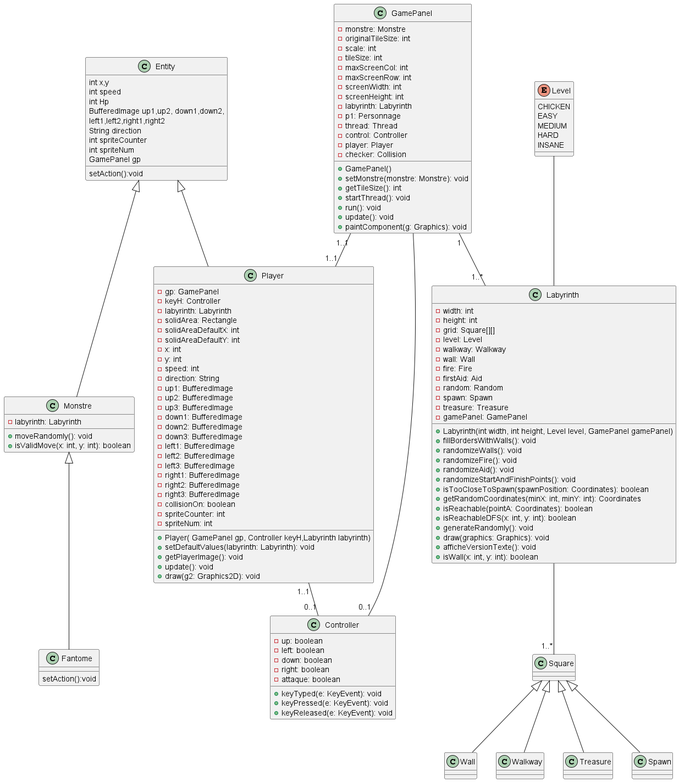
The PlantUML diagram Documents/sprint3/diagramme_classe_sprint_3.png in walidbrini/ACL-2023-UL-MAX, before a commit. The source it was exported from:
```plantuml
@startuml


Entity <|--Monstre
Monstre <|--Fantome
GamePanel "1..1" -- "1..1" Player
Entity <|-- Player
GamePanel "1" -- "1..*" Labyrinth
Level -- Labyrinth
Player "1..1" -- "0..1" Controller
GamePanel -- "0..1" Controller
Labyrinth -- "1..*" Square
Square <|-- Wall
Square <|-- Walkway
Square <|-- Treasure
Square <|-- Spawn

class Entity {
    int x,y
    int speed
    int Hp
    BufferedImage up1,up2, down1,down2,
    left1,left2,right1,right2
    String direction
    int spriteCounter
    int spriteNum
    GamePanel gp
    setAction():void

}

class Player {
        - gp: GamePanel
        - keyH: Controller
        - labyrinth: Labyrinth
        - solidArea: Rectangle
        - solidAreaDefaultX: int
        - solidAreaDefaultY: int
        - x: int
        - y: int
        - speed: int
        - direction: String
        - up1: BufferedImage
        - up2: BufferedImage
        - up3: BufferedImage
        - down1: BufferedImage
        - down2: BufferedImage
        - down3: BufferedImage
        - left1: BufferedImage
        - left2: BufferedImage
        - left3: BufferedImage
        - right1: BufferedImage
        - right2: BufferedImage
        - right3: BufferedImage
        - collisionOn: boolean
        - spriteCounter: int
        - spriteNum: int

        + Player( GamePanel gp, Controller keyH,Labyrinth labyrinth)
        + setDefaultValues(labyrinth: Labyrinth): void
        + getPlayerImage(): void
        + update(): void
        + draw(g2: Graphics2D): void
    }

class GamePanel {
        - monstre: Monstre
        - originalTileSize: int
        - scale: int
        - tileSize: int
        - maxScreenCol: int
        - maxScreenRow: int
        - screenWidth: int
        - screenHeight: int
        - labyrinth: Labyrinth
        - p1: Personnage
        - thread: Thread
        - control: Controller
        - player: Player
        - checker: Collision

        + GamePanel()
        + setMonstre(monstre: Monstre): void
        + getTileSize(): int
        + startThread(): void
        + run(): void
        + update(): void
        + paintComponent(g: Graphics): void
}

class Monstre {
        - labyrinth: Labyrinth

        + moveRandomly(): void
        + isValidMove(x: int, y: int): boolean
    }

class Fantome {
setAction():void
}


    class Labyrinth {
        - width: int
        - height: int
        - grid: Square[][]
        - level: Level
        - walkway: Walkway
        - wall: Wall
        - fire: Fire
        - firstAid: Aid
        - random: Random
        - spawn: Spawn
        - treasure: Treasure
        - gamePanel: GamePanel

        + Labyrinth(int width, int height, Level level, GamePanel gamePanel)
        + fillBordersWithWalls(): void
        + randomizeWalls(): void
        + randomizeFire(): void
        + randomizeAid(): void
        + randomizeStartAndFinishPoints(): void
        + isTooCloseToSpawn(spawnPosition: Coordinates): boolean
        + getRandomCoordinates(minX: int, minY: int): Coordinates
        + isReachable(pointA: Coordinates): boolean
        + isReachableDFS(x: int, y: int): boolean
        + generateRandomly(): void
        + draw(graphics: Graphics): void
        + afficheVersionTexte(): void
        + isWall(x: int, y: int): boolean
    }

    class Controller {
        - up: boolean
        - left: boolean
        - down: boolean
        - right: boolean
        - attaque: boolean

        + keyTyped(e: KeyEvent): void
        + keyPressed(e: KeyEvent): void
        + keyReleased(e: KeyEvent): void
    }


    enum Level {
        CHICKEN
        EASY
        MEDIUM
        HARD
        INSANE
    }

@enduml
```
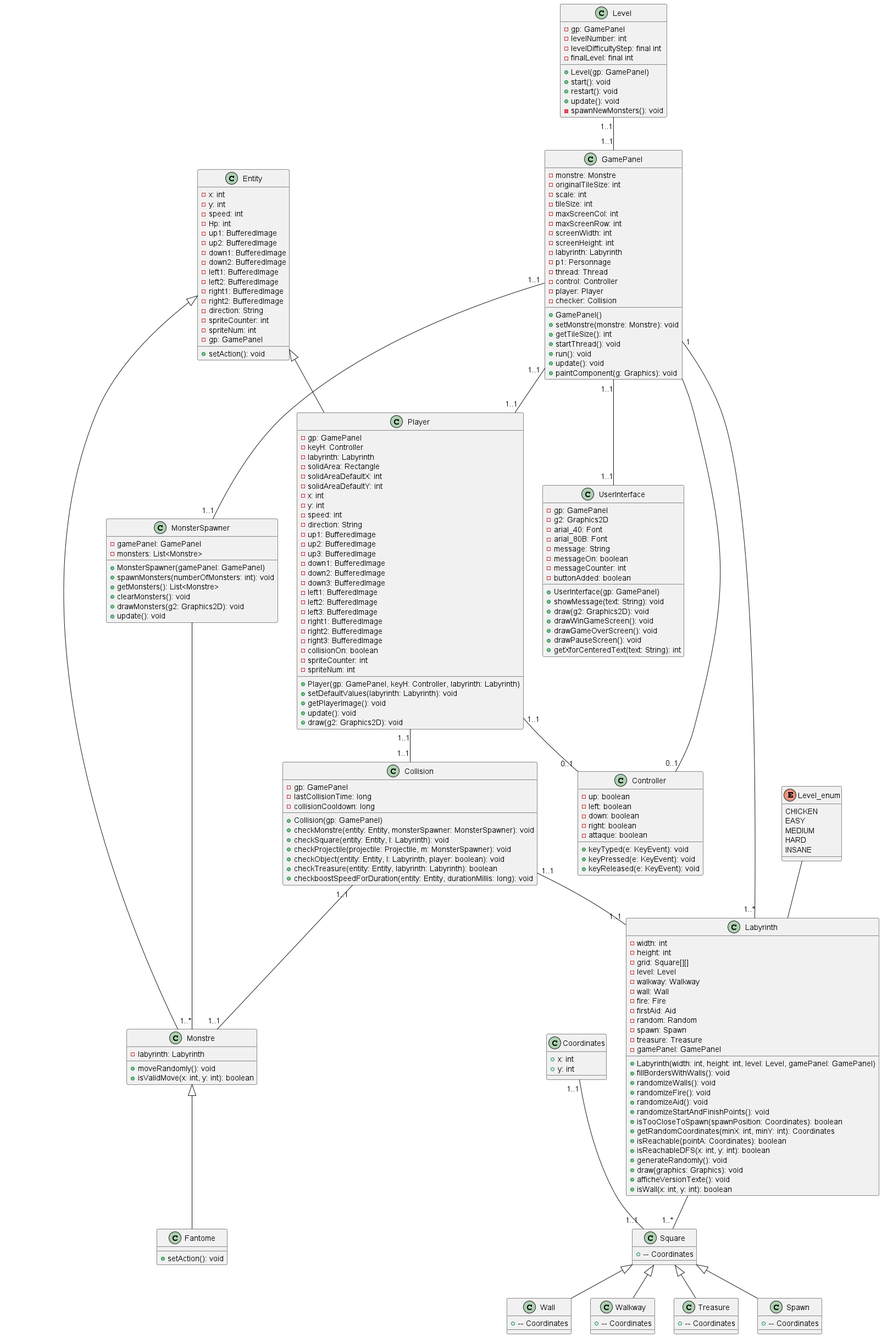
The same diagram one commit later.

The edit, as a diff of the source:
```diff
@@ -1,35 +1,26 @@
 @startuml
 
+    class Entity {
+        - x: int
+        - y: int
+        - speed: int
+        - Hp: int
+        - up1: BufferedImage
+        - up2: BufferedImage
+        - down1: BufferedImage
+        - down2: BufferedImage
+        - left1: BufferedImage
+        - left2: BufferedImage
+        - right1: BufferedImage
+        - right2: BufferedImage
+        - direction: String
+        - spriteCounter: int
+        - spriteNum: int
+        - gp: GamePanel
+        + setAction(): void
+    }
 
-Entity <|--Monstre
-Monstre <|--Fantome
-GamePanel "1..1" -- "1..1" Player
-Entity <|-- Player
-GamePanel "1" -- "1..*" Labyrinth
-Level -- Labyrinth
-Player "1..1" -- "0..1" Controller
-GamePanel -- "0..1" Controller
-Labyrinth -- "1..*" Square
-Square <|-- Wall
-Square <|-- Walkway
-Square <|-- Treasure
-Square <|-- Spawn
-
-class Entity {
-    int x,y
-    int speed
-    int Hp
-    BufferedImage up1,up2, down1,down2,
-    left1,left2,right1,right2
-    String direction
-    int spriteCounter
-    int spriteNum
-    GamePanel gp
-    setAction():void
-
-}
-
-class Player {
+    class Player {
         - gp: GamePanel
         - keyH: Controller
         - labyrinth: Labyrinth
@@ -55,15 +46,36 @@
         - collisionOn: boolean
         - spriteCounter: int
         - spriteNum: int
-
-        + Player( GamePanel gp, Controller keyH,Labyrinth labyrinth)
+        + Player(gp: GamePanel, keyH: Controller, labyrinth: Labyrinth)
         + setDefaultValues(labyrinth: Labyrinth): void
         + getPlayerImage(): void
         + update(): void
         + draw(g2: Graphics2D): void
     }
 
-class GamePanel {
+    class Monstre {
+        - labyrinth: Labyrinth
+        + moveRandomly(): void
+        + isValidMove(x: int, y: int): boolean
+    }
+
+    class Fantome {
+        + setAction(): void
+    }
+
+    class Level {
+        - gp: GamePanel
+        - levelNumber: int
+        - levelDifficultyStep: final int
+        - finalLevel: final int
+        + Level(gp: GamePanel)
+        + start(): void
+        + restart(): void
+        + update(): void
+        - spawnNewMonsters(): void
+    }
+
+    class GamePanel {
         - monstre: Monstre
         - originalTileSize: int
         - scale: int
@@ -78,7 +90,6 @@
         - control: Controller
         - player: Player
         - checker: Collision
-
         + GamePanel()
         + setMonstre(monstre: Monstre): void
         + getTileSize(): int
@@ -86,19 +97,37 @@
         + run(): void
         + update(): void
         + paintComponent(g: Graphics): void
-}
-
-class Monstre {
-        - labyrinth: Labyrinth
-
-        + moveRandomly(): void
-        + isValidMove(x: int, y: int): boolean
     }
 
-class Fantome {
-setAction():void
-}
+    class MonsterSpawner {
+        - gamePanel: GamePanel
+        - monsters: List<Monstre>
+        + MonsterSpawner(gamePanel: GamePanel)
+        + spawnMonsters(numberOfMonsters: int): void
+        + getMonsters(): List<Monstre>
+        + clearMonsters(): void
+        + drawMonsters(g2: Graphics2D): void
+        + update(): void
+    }
 
+    class Controller {
+        - up: boolean
+        - left: boolean
+        - down: boolean
+        - right: boolean
+        - attaque: boolean
+        + keyTyped(e: KeyEvent): void
+        + keyPressed(e: KeyEvent): void
+        + keyReleased(e: KeyEvent): void
+    }
+
+    enum Level_enum {
+        CHICKEN
+        EASY
+        MEDIUM
+        HARD
+        INSANE
+    }
 
     class Labyrinth {
         - width: int
@@ -113,8 +142,7 @@
         - spawn: Spawn
         - treasure: Treasure
         - gamePanel: GamePanel
-
-        + Labyrinth(int width, int height, Level level, GamePanel gamePanel)
+        + Labyrinth(width: int, height: int, level: Level, gamePanel: GamePanel)
         + fillBordersWithWalls(): void
         + randomizeWalls(): void
         + randomizeFire(): void
@@ -130,25 +158,85 @@
         + isWall(x: int, y: int): boolean
     }
 
-    class Controller {
-        - up: boolean
-        - left: boolean
-        - down: boolean
-        - right: boolean
-        - attaque: boolean
+    class Square {
+        + -- Coordinates
+    }
 
-        + keyTyped(e: KeyEvent): void
-        + keyPressed(e: KeyEvent): void
-        + keyReleased(e: KeyEvent): void
+    class Wall {
+        + -- Coordinates
+    }
+
+    class Walkway {
+        + -- Coordinates
+    }
+
+    class Treasure {
+        + -- Coordinates
+    }
+
+    class Spawn {
+        + -- Coordinates
+    }
+
+    class Coordinates {
+        + x: int
+        + y: int
+    }
+
+    class Collision {
+        - gp: GamePanel
+        - lastCollisionTime: long
+        - collisionCooldown: long
+        + Collision(gp: GamePanel)
+        + checkMonstre(entity: Entity, monsterSpawner: MonsterSpawner): void
+        + checkSquare(entity: Entity, l: Labyrinth): void
+        + checkProjectile(projectile: Projectile, m: MonsterSpawner): void
+        + checkObject(entity: Entity, l: Labyrinth, player: boolean): void
+        + checkTreasure(entity: Entity, labyrinth: Labyrinth): boolean
+        + checkboostSpeedForDuration(entity: Entity, durationMillis: long): void
+    }
+
+class UserInterface {
+        - gp: GamePanel
+        - g2: Graphics2D
+        - arial_40: Font
+        - arial_80B: Font
+        - message: String
+        - messageOn: boolean
+        - messageCounter: int
+        - buttonAdded: boolean
+        + UserInterface(gp: GamePanel)
+        + showMessage(text: String): void
+        + draw(g2: Graphics2D): void
+        + drawWinGameScreen(): void
+        + drawGameOverScreen(): void
+        + drawPauseScreen(): void
+        + getXforCenteredText(text: String): int
     }
 
 
-    enum Level {
-        CHICKEN
-        EASY
-        MEDIUM
-        HARD
-        INSANE
-    }
+Entity <|-- Monstre
+Monstre <|-- Fantome
+GamePanel "1..1" -- "1..1" Player
+Entity <|-- Player
+GamePanel "1" -- "1..*" Labyrinth
+Level_enum -- Labyrinth
+Player "1..1" -- "0..1" Controller
+GamePanel -- "0..1" Controller
+Labyrinth -- "1..*" Square
+Square <|-- Wall
+Square <|-- Walkway
+Square <|-- Treasure
+Square <|-- Spawn
+Level "1..1" -- "1..1" GamePanel
+MonsterSpawner  -- "1..*" Monstre
+GamePanel "1..1" -- "1..1" MonsterSpawner
+GamePanel "1..1" -- "1..1" UserInterface
+
+Coordinates "1..1" -- "1..1" Square
+
+Player "1..1" -- "1..1" Collision
+Collision "1..1" -- "1..1" Labyrinth
+Collision "1..1" -- "1..1" Monstre
 
 @enduml
```
